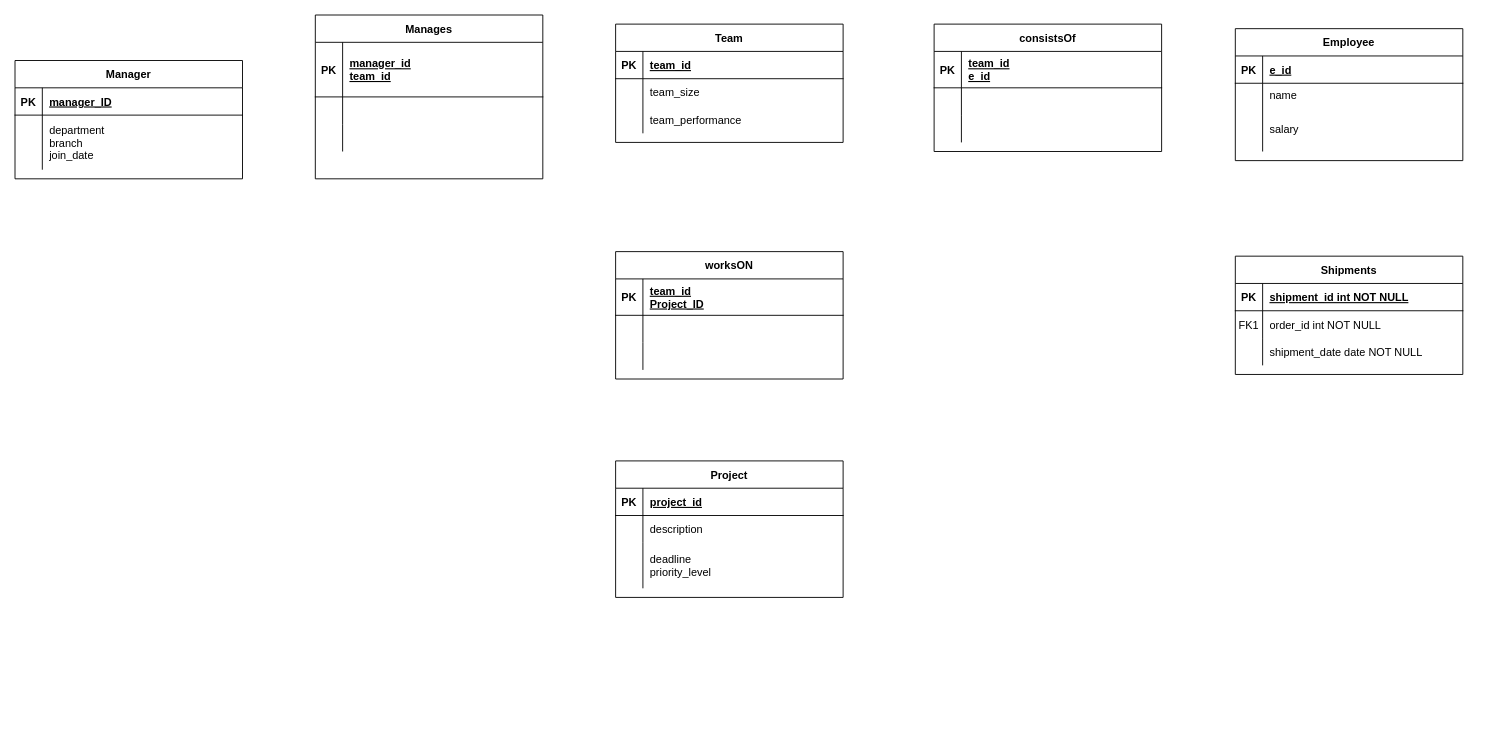
Before: Untitled Diagram.drawio in alec202/CIS353ERDiagramAssignment, a draw.io diagram. Source tidied: cells renumbered, new cells numbered last; positions are measured from the earlier drawing's top-left corner, leaving out a move shared by most shapes. Both pictures are drawn from the tidied source at 91%, with x=0, y=0 at pixel (15, 15).
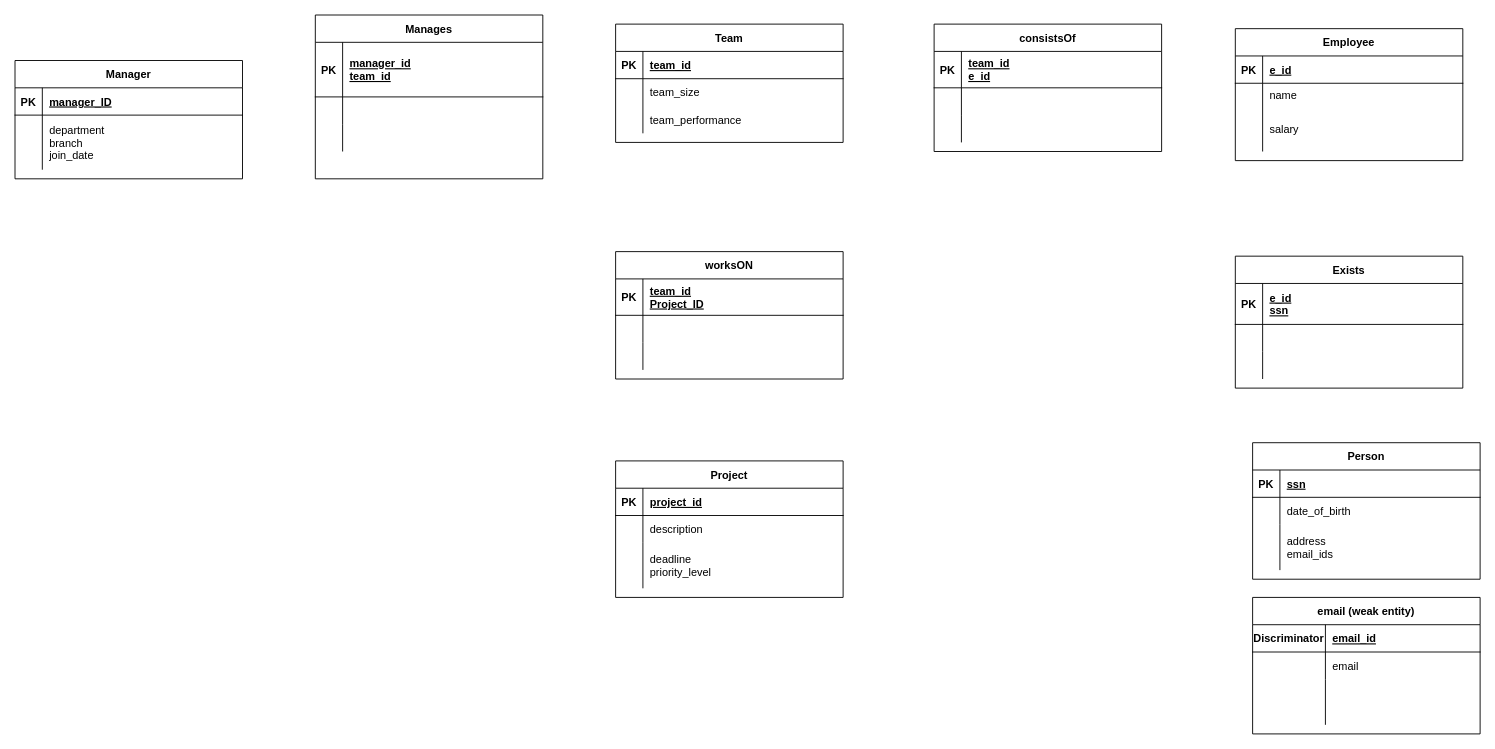
The same page after the edit.

Change to the diagram source:
```diff
@@
-    <mxCell id="69" value="Shipments" style="shape=table;startSize=30;childLayout=tableLayout;rowLines=0;fontStyle=1;align=center;" parent="1" vertex="1">
-      <mxGeometry x="1341" y="265" width="250" height="130" as="geometry" />
+    <mxCell id="69" value="Exists" style="shape=table;startSize=30;childLayout=tableLayout;rowLines=0;fontStyle=1;align=center;" parent="1" vertex="1">
+      <mxGeometry x="1341" y="265" width="250" height="145" as="geometry" />
     </mxCell>
     <mxCell id="70" style="shape=partialRectangle;fillColor=none;top=0;left=0;right=0;bottom=1;" parent="69" vertex="1">
-      <mxGeometry y="30" width="250" height="30" as="geometry" />
+      <mxGeometry y="30" width="250" height="45" as="geometry" />
     </mxCell>
     <mxCell id="71" value="PK" style="shape=partialRectangle;overflow=hidden;fillColor=none;top=0;left=0;bottom=0;right=0;fontStyle=1;" parent="70" vertex="1">
-      <mxGeometry width="30" height="30" as="geometry" />
+      <mxGeometry width="30" height="45" as="geometry" />
     </mxCell>
-    <mxCell id="72" value="shipment_id int NOT NULL " style="shape=partialRectangle;overflow=hidden;fillColor=none;top=0;left=0;bottom=0;right=0;align=left;spacingLeft=6;fontStyle=5;" parent="70" vertex="1">
-      <mxGeometry x="30" width="220" height="30" as="geometry" />
+    <mxCell id="72" value="e_id&#10;ssn" style="shape=partialRectangle;overflow=hidden;fillColor=none;top=0;left=0;bottom=0;right=0;align=left;spacingLeft=6;fontStyle=5;" parent="70" vertex="1">
+      <mxGeometry x="30" width="220" height="45" as="geometry" />
     </mxCell>
     <mxCell id="73" style="shape=partialRectangle;fillColor=none;top=0;left=0;right=0;bottom=0;" parent="69" vertex="1">
-      <mxGeometry y="60" width="250" height="30" as="geometry" />
+      <mxGeometry y="75" width="250" height="30" as="geometry" />
     </mxCell>
-    <mxCell id="74" value="FK1" style="shape=partialRectangle;overflow=hidden;fillColor=none;top=0;left=0;bottom=0;right=0;" parent="73" vertex="1">
+    <mxCell id="74" style="shape=partialRectangle;overflow=hidden;fillColor=none;top=0;left=0;bottom=0;right=0;" parent="73" vertex="1">
       <mxGeometry width="30" height="30" as="geometry" />
     </mxCell>
-    <mxCell id="75" value="order_id int NOT NULL" style="shape=partialRectangle;overflow=hidden;fillColor=none;top=0;left=0;bottom=0;right=0;align=left;spacingLeft=6;" parent="73" vertex="1">
+    <mxCell id="75" style="shape=partialRectangle;overflow=hidden;fillColor=none;top=0;left=0;bottom=0;right=0;align=left;spacingLeft=6;" parent="73" vertex="1">
       <mxGeometry x="30" width="220" height="30" as="geometry" />
     </mxCell>
     <mxCell id="76" style="shape=partialRectangle;fillColor=none;top=0;left=0;right=0;bottom=0;" parent="69" vertex="1">
-      <mxGeometry y="90" width="250" height="30" as="geometry" />
+      <mxGeometry y="105" width="250" height="30" as="geometry" />
     </mxCell>
@@
-    <mxCell id="78" value="shipment_date date NOT NULL" style="shape=partialRectangle;overflow=hidden;fillColor=none;top=0;left=0;bottom=0;right=0;align=left;spacingLeft=6;" parent="76" vertex="1">
+    <mxCell id="78" style="shape=partialRectangle;overflow=hidden;fillColor=none;top=0;left=0;bottom=0;right=0;align=left;spacingLeft=6;" parent="76" vertex="1">
       <mxGeometry x="30" width="220" height="30" as="geometry" />
     </mxCell>
+    <mxCell id="79" value="Person" style="shape=table;startSize=30;childLayout=tableLayout;rowLines=0;fontStyle=1;align=center;" parent="1" vertex="1">
+      <mxGeometry x="1360" y="470" width="250" height="150" as="geometry" />
+    </mxCell>
+    <mxCell id="80" style="shape=partialRectangle;fillColor=none;top=0;left=0;right=0;bottom=1;" parent="79" vertex="1">
+      <mxGeometry y="30" width="250" height="30" as="geometry" />
+    </mxCell>
+    <mxCell id="81" value="PK" style="shape=partialRectangle;overflow=hidden;fillColor=none;top=0;left=0;bottom=0;right=0;fontStyle=1;" parent="80" vertex="1">
+      <mxGeometry width="30" height="30" as="geometry" />
+    </mxCell>
+    <mxCell id="82" value="ssn" style="shape=partialRectangle;overflow=hidden;fillColor=none;top=0;left=0;bottom=0;right=0;align=left;spacingLeft=6;fontStyle=5;" parent="80" vertex="1">
+      <mxGeometry x="30" width="220" height="30" as="geometry" />
+    </mxCell>
+    <mxCell id="83" style="shape=partialRectangle;fillColor=none;top=0;left=0;right=0;bottom=0;" parent="79" vertex="1">
+      <mxGeometry y="60" width="250" height="30" as="geometry" />
+    </mxCell>
+    <mxCell id="84" style="shape=partialRectangle;overflow=hidden;fillColor=none;top=0;left=0;bottom=0;right=0;" parent="83" vertex="1">
+      <mxGeometry width="30" height="30" as="geometry" />
+    </mxCell>
+    <mxCell id="85" value="date_of_birth" style="shape=partialRectangle;overflow=hidden;fillColor=none;top=0;left=0;bottom=0;right=0;align=left;spacingLeft=6;" parent="83" vertex="1">
+      <mxGeometry x="30" width="220" height="30" as="geometry" />
+    </mxCell>
+    <mxCell id="86" style="shape=partialRectangle;fillColor=none;top=0;left=0;right=0;bottom=0;" parent="79" vertex="1">
+      <mxGeometry y="90" width="250" height="50" as="geometry" />
+    </mxCell>
+    <mxCell id="87" style="shape=partialRectangle;overflow=hidden;fillColor=none;top=0;left=0;bottom=0;right=0;" parent="86" vertex="1">
+      <mxGeometry width="30" height="50" as="geometry" />
+    </mxCell>
+    <mxCell id="88" value="address&#10;email_ids" style="shape=partialRectangle;overflow=hidden;fillColor=none;top=0;left=0;bottom=0;right=0;align=left;spacingLeft=6;" parent="86" vertex="1">
+      <mxGeometry x="30" width="220" height="50" as="geometry" />
+    </mxCell>
+    <mxCell id="89" value="email (weak entity)" style="shape=table;startSize=30;childLayout=tableLayout;rowLines=0;fontStyle=1;align=center;" parent="1" vertex="1">
+      <mxGeometry x="1360" y="640" width="250" height="150" as="geometry" />
+    </mxCell>
+    <mxCell id="90" style="shape=partialRectangle;fillColor=none;top=0;left=0;right=0;bottom=1;" parent="89" vertex="1">
+      <mxGeometry y="30" width="250" height="30" as="geometry" />
+    </mxCell>
+    <mxCell id="91" value="Discriminator" style="shape=partialRectangle;overflow=hidden;fillColor=none;top=0;left=0;bottom=0;right=0;fontStyle=1;" parent="90" vertex="1">
+      <mxGeometry width="80" height="30" as="geometry" />
+    </mxCell>
+    <mxCell id="92" value="email_id" style="shape=partialRectangle;overflow=hidden;fillColor=none;top=0;left=0;bottom=0;right=0;align=left;spacingLeft=6;fontStyle=5;" parent="90" vertex="1">
+      <mxGeometry x="80" width="170" height="30" as="geometry" />
+    </mxCell>
+    <mxCell id="93" style="shape=partialRectangle;fillColor=none;top=0;left=0;right=0;bottom=0;" parent="89" vertex="1">
+      <mxGeometry y="60" width="250" height="30" as="geometry" />
+    </mxCell>
+    <mxCell id="94" style="shape=partialRectangle;overflow=hidden;fillColor=none;top=0;left=0;bottom=0;right=0;" parent="93" vertex="1">
+      <mxGeometry width="80" height="30" as="geometry" />
+    </mxCell>
+    <mxCell id="95" value="email" style="shape=partialRectangle;overflow=hidden;fillColor=none;top=0;left=0;bottom=0;right=0;align=left;spacingLeft=6;" parent="93" vertex="1">
+      <mxGeometry x="80" width="170" height="30" as="geometry" />
+    </mxCell>
+    <mxCell id="96" style="shape=partialRectangle;fillColor=none;top=0;left=0;right=0;bottom=0;" parent="89" vertex="1">
+      <mxGeometry y="90" width="250" height="50" as="geometry" />
+    </mxCell>
+    <mxCell id="97" style="shape=partialRectangle;overflow=hidden;fillColor=none;top=0;left=0;bottom=0;right=0;" parent="96" vertex="1">
+      <mxGeometry width="80" height="50" as="geometry" />
+    </mxCell>
+    <mxCell id="98" style="shape=partialRectangle;overflow=hidden;fillColor=none;top=0;left=0;bottom=0;right=0;align=left;spacingLeft=6;" parent="96" vertex="1">
+      <mxGeometry x="80" width="170" height="50" as="geometry" />
+    </mxCell>
```
